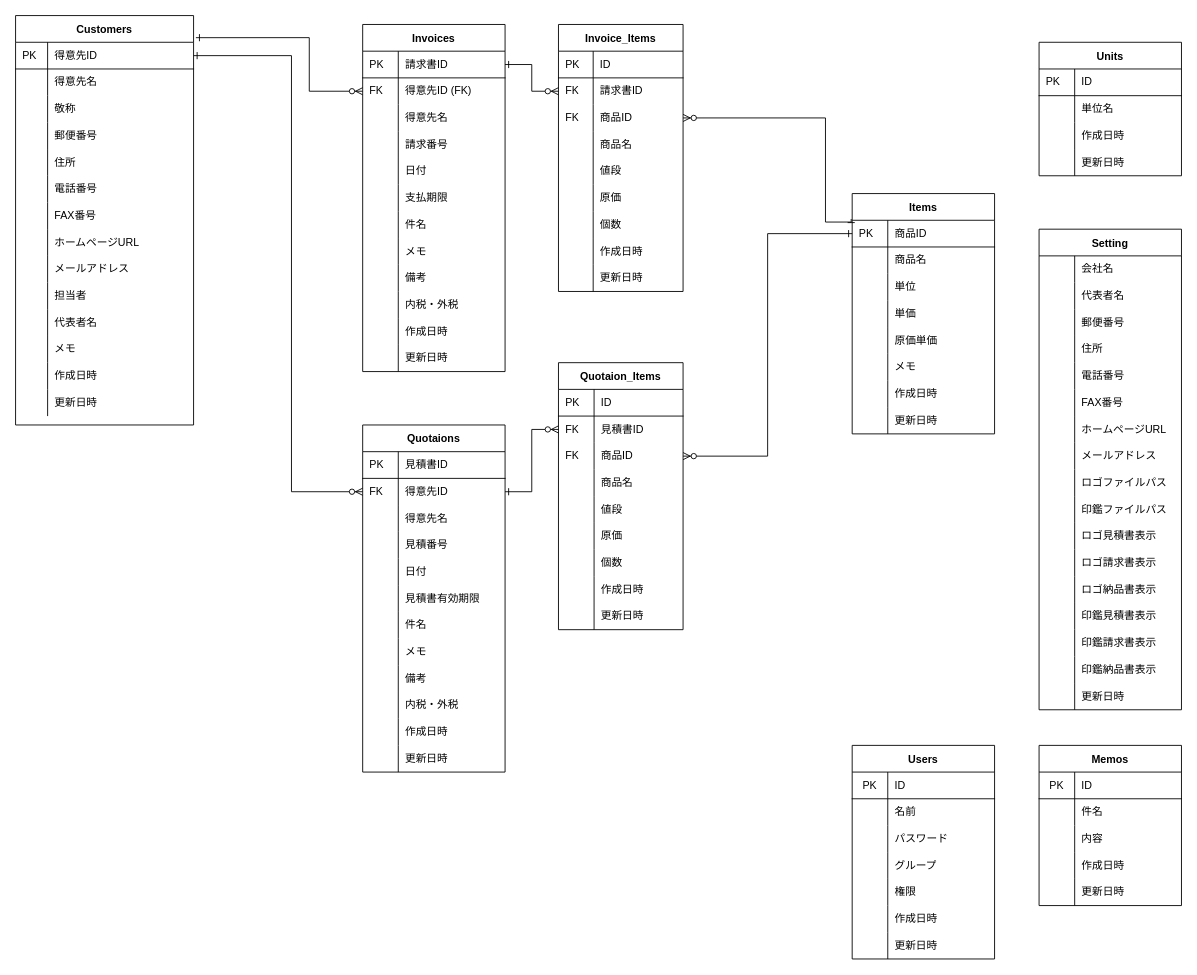
Earlier version of the draw.io diagram soho_er.dio (gamasenninn/caddie-clone). Source tidied: cells renumbered, new cells numbered last; positions are measured from the earlier drawing's top-left corner, leaving out a move shared by most shapes. Both pictures are drawn from the tidied source at 89%, with x=0, y=0 at pixel (15, 15).
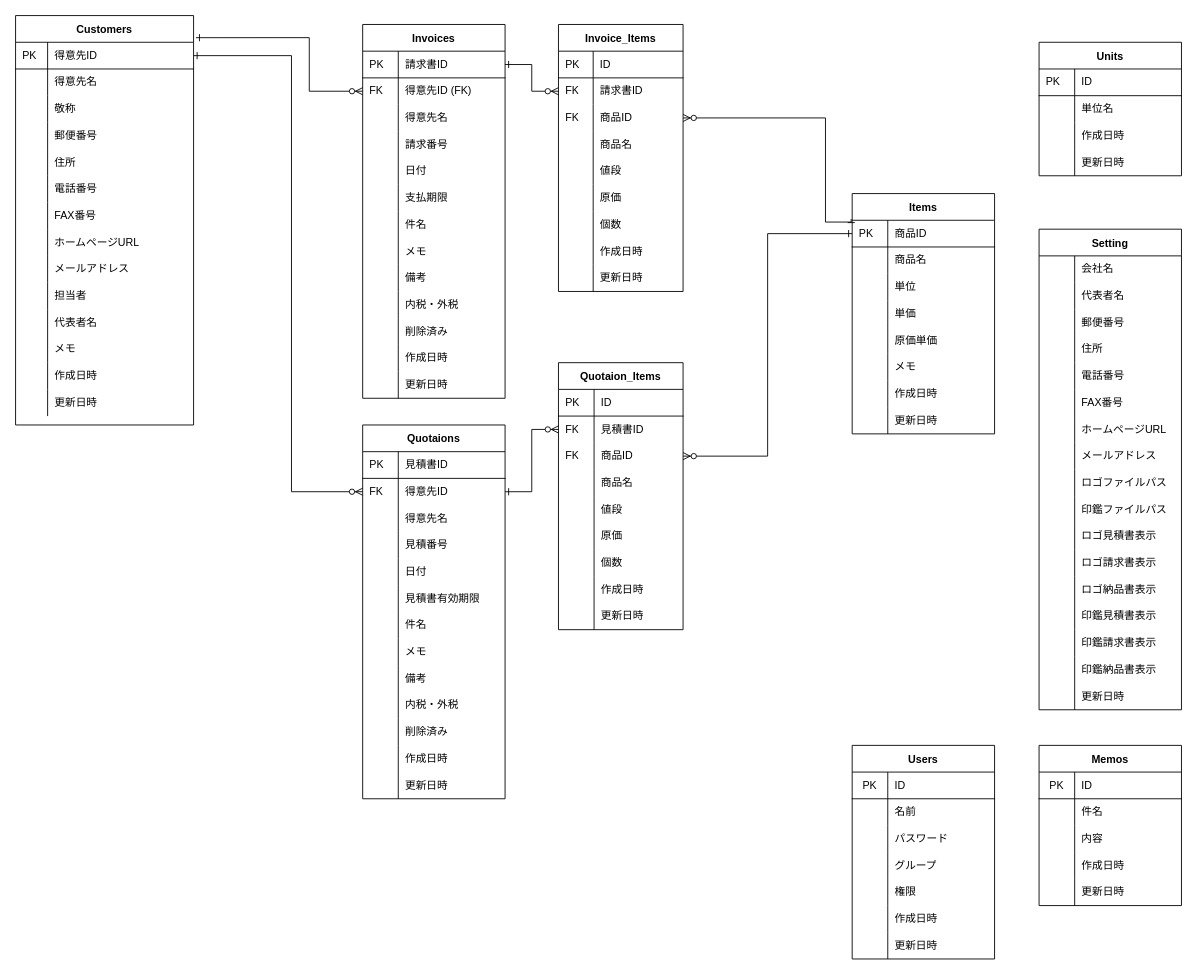
After the change.

The edit, as a diff of the source:
```diff
@@
     <mxCell id="70" value="Invoices" style="shape=table;startSize=30;childLayout=tableLayout;rowLines=0;fontStyle=1;align=center;" parent="1" vertex="1">
-      <mxGeometry x="390" y="10" width="160" height="390" as="geometry" />
+      <mxGeometry x="390" y="10" width="160" height="420" as="geometry" />
     </mxCell>
@@
+    <mxCell id="309" style="shape=partialRectangle;html=1;whiteSpace=wrap;fillColor=none;top=0;left=0;bottom=0;right=0;" parent="70" vertex="1">
+      <mxGeometry y="330" width="160" height="30" as="geometry" />
+    </mxCell>
+    <mxCell id="310" style="shape=partialRectangle;html=1;whiteSpace=wrap;fillColor=none;top=0;left=0;bottom=0;right=0;align=left;spacingLeft=6;overflow=hidden;" parent="309" vertex="1">
+      <mxGeometry width="40" height="30" as="geometry" />
+    </mxCell>
+    <mxCell id="311" value="削除済み" style="shape=partialRectangle;html=1;whiteSpace=wrap;fillColor=none;top=0;left=0;bottom=0;right=0;align=left;spacingLeft=6;overflow=hidden;" parent="309" vertex="1">
+      <mxGeometry x="40" width="120" height="30" as="geometry" />
+    </mxCell>
     <mxCell id="101" style="shape=partialRectangle;html=1;whiteSpace=wrap;fillColor=none;top=0;left=0;bottom=0;right=0;" parent="70" vertex="1">
-      <mxGeometry y="330" width="160" height="30" as="geometry" />
+      <mxGeometry y="360" width="160" height="30" as="geometry" />
     </mxCell>
@@
     <mxCell id="104" style="shape=partialRectangle;html=1;whiteSpace=wrap;fillColor=none;top=0;left=0;bottom=0;right=0;" parent="70" vertex="1">
-      <mxGeometry y="360" width="160" height="30" as="geometry" />
+      <mxGeometry y="390" width="160" height="30" as="geometry" />
     </mxCell>
@@
     <mxCell id="135" value="Quotaions" style="shape=table;startSize=30;childLayout=tableLayout;rowLines=0;fontStyle=1;align=center;" parent="1" vertex="1">
-      <mxGeometry x="390" y="460" width="160" height="390" as="geometry" />
+      <mxGeometry x="390" y="460" width="160" height="420" as="geometry" />
     </mxCell>
@@
+    <mxCell id="312" style="shape=partialRectangle;html=1;whiteSpace=wrap;fillColor=none;top=0;left=0;bottom=0;right=0;" parent="135" vertex="1">
+      <mxGeometry y="330" width="160" height="30" as="geometry" />
+    </mxCell>
+    <mxCell id="313" style="shape=partialRectangle;html=1;whiteSpace=wrap;fillColor=none;top=0;left=0;bottom=0;right=0;align=left;spacingLeft=6;overflow=hidden;" parent="312" vertex="1">
+      <mxGeometry width="40" height="30" as="geometry" />
+    </mxCell>
+    <mxCell id="314" value="&lt;span&gt;削除済み&lt;/span&gt;" style="shape=partialRectangle;html=1;whiteSpace=wrap;fillColor=none;top=0;left=0;bottom=0;right=0;align=left;spacingLeft=6;overflow=hidden;" parent="312" vertex="1">
+      <mxGeometry x="40" width="120" height="30" as="geometry" />
+    </mxCell>
     <mxCell id="166" style="shape=partialRectangle;html=1;whiteSpace=wrap;fillColor=none;top=0;left=0;bottom=0;right=0;" parent="135" vertex="1">
-      <mxGeometry y="330" width="160" height="30" as="geometry" />
+      <mxGeometry y="360" width="160" height="30" as="geometry" />
     </mxCell>
@@
     <mxCell id="169" style="shape=partialRectangle;html=1;whiteSpace=wrap;fillColor=none;top=0;left=0;bottom=0;right=0;" parent="135" vertex="1">
-      <mxGeometry y="360" width="160" height="30" as="geometry" />
+      <mxGeometry y="390" width="160" height="30" as="geometry" />
     </mxCell>
```
